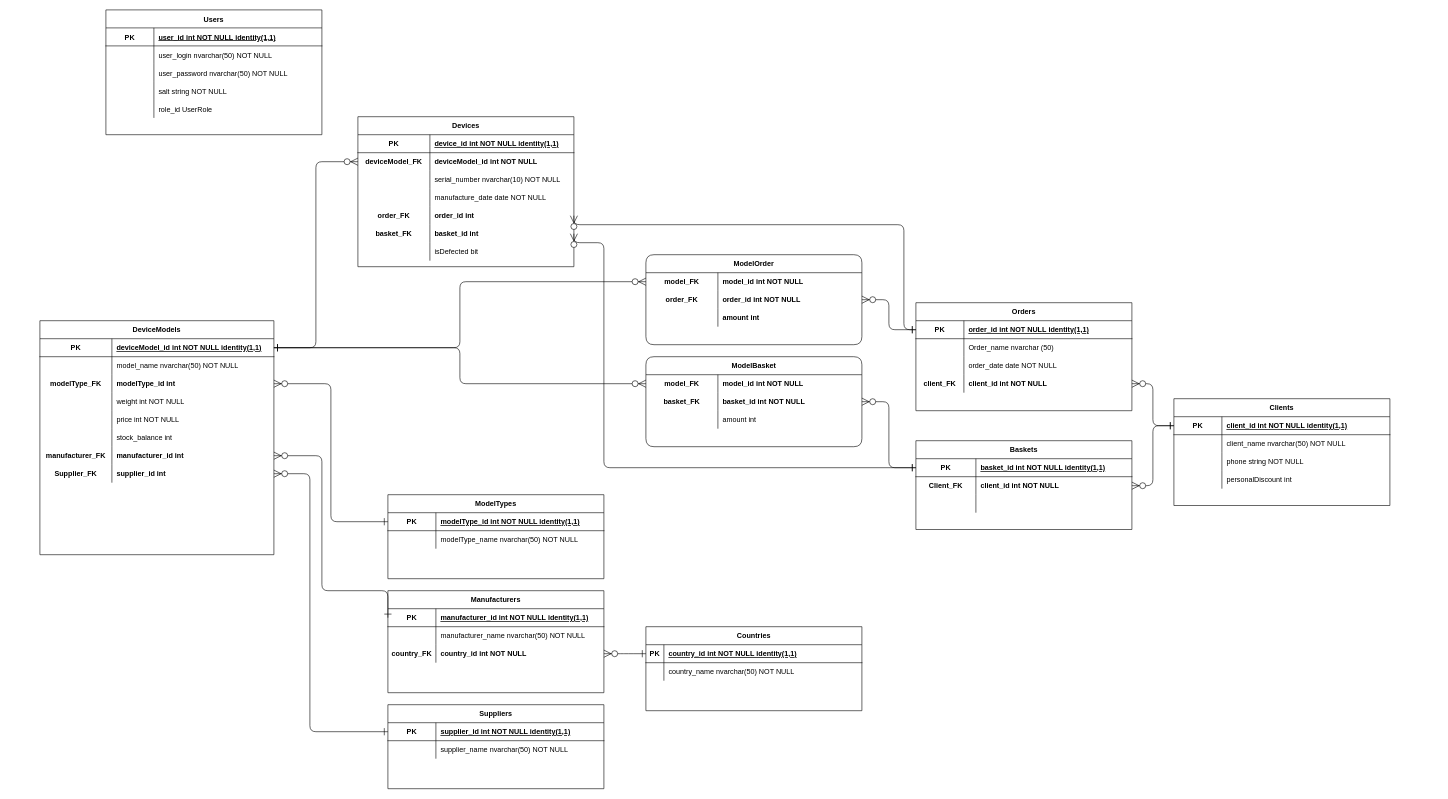
Earlier version of the draw.io diagram ElectricalDevices_v4.drawio (odivanov74/ElectricalDevices). Source tidied: cells renumbered, new cells numbered last; positions are measured from the earlier drawing's top-left corner, leaving out a move shared by most shapes. Both pictures are drawn from the tidied source at 60%, with x=0, y=0 at pixel (40, 10).
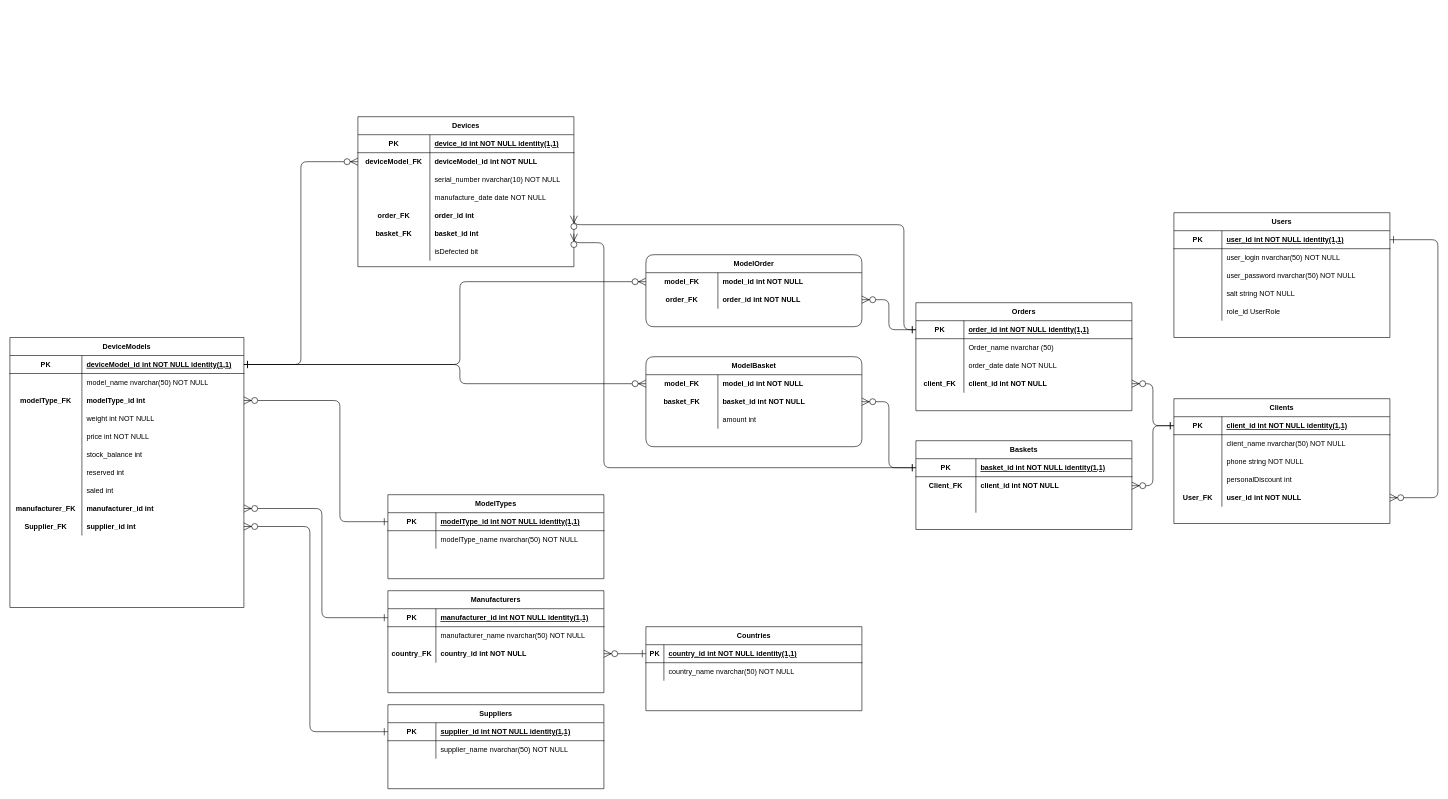
Above is the later version.

The change refers to these unchanged cells:
```xml
<mxCell id="16" style="shape=partialRectangle;fillColor=none;points=[[0,0.5],[1,0.5]];portConstraint=eastwest;top=0;left=0;right=0;bottom=1;" parent="15" vertex="1">
  <mxGeometry y="30" width="390" height="30" as="geometry" />
</mxCell>
<mxCell id="22" style="shape=partialRectangle;fillColor=none;points=[[0,0.5],[1,0.5]];portConstraint=eastwest;top=0;left=0;right=0;bottom=0;" parent="15" vertex="1">
  <mxGeometry y="90" width="390" height="30" as="geometry" />
</mxCell>
<mxCell id="41" style="shape=partialRectangle;fillColor=none;points=[[0,0.5],[1,0.5]];portConstraint=eastwest;top=0;left=0;right=0;bottom=1;" parent="40" vertex="1">
  <mxGeometry y="30" width="360" height="30" as="geometry" />
</mxCell>
<mxCell id="59" style="shape=partialRectangle;fillColor=none;points=[[0,0.5],[1,0.5]];portConstraint=eastwest;top=0;left=0;right=0;bottom=0;" parent="58" vertex="1">
  <mxGeometry y="30" width="360" height="30" as="geometry" />
</mxCell>
<mxCell id="71" style="shape=partialRectangle;fillColor=none;points=[[0,0.5],[1,0.5]];portConstraint=eastwest;top=0;left=0;right=0;bottom=1;" parent="70" vertex="1">
  <mxGeometry y="30" width="360" height="30" as="geometry" />
</mxCell>
<mxCell id="116" style="shape=partialRectangle;fillColor=none;points=[[0,0.5],[1,0.5]];portConstraint=eastwest;top=0;left=0;right=0;bottom=1;" parent="115" vertex="1">
  <mxGeometry y="30" width="360" height="30" as="geometry" />
</mxCell>
<mxCell id="135" style="shape=partialRectangle;fillColor=none;points=[[0,0.5],[1,0.5]];portConstraint=eastwest;top=0;left=0;right=0;bottom=1;" parent="134" vertex="1">
  <mxGeometry y="30" width="360" height="30" as="geometry" />
</mxCell>
<mxCell id="151" style="shape=partialRectangle;fillColor=none;points=[[0,0.5],[1,0.5]];portConstraint=eastwest;top=0;left=0;right=0;bottom=0;" parent="150" vertex="1">
  <mxGeometry y="30" width="360" height="30" as="geometry" />
</mxCell>
```

What changed in the source:
```diff
@@
     <mxCell id="15" value="DeviceModels" style="shape=table;startSize=30;childLayout=tableLayout;rowLines=0;fontStyle=1;align=center;" parent="1" vertex="1">
-      <mxGeometry y="518" width="390" height="390" as="geometry" />
+      <mxGeometry x="-50" y="546" width="390" height="450" as="geometry" />
     </mxCell>
@@
+    <mxCell id="165" style="shape=partialRectangle;fillColor=none;top=0;left=0;right=0;bottom=0;" parent="15" vertex="1">
+      <mxGeometry y="210" width="390" height="30" as="geometry" />
+    </mxCell>
+    <mxCell id="166" style="shape=partialRectangle;overflow=hidden;fillColor=none;top=0;left=0;bottom=0;right=0;" parent="165" vertex="1">
+      <mxGeometry width="120" height="30" as="geometry" />
+    </mxCell>
+    <mxCell id="167" value="reserved int" style="shape=partialRectangle;overflow=hidden;fillColor=none;top=0;left=0;bottom=0;right=0;align=left;spacingLeft=6;" parent="165" vertex="1">
+      <mxGeometry x="120" width="270" height="30" as="geometry" />
+    </mxCell>
+    <mxCell id="168" style="shape=partialRectangle;fillColor=none;top=0;left=0;right=0;bottom=0;" parent="15" vertex="1">
+      <mxGeometry y="240" width="390" height="30" as="geometry" />
+    </mxCell>
+    <mxCell id="169" style="shape=partialRectangle;overflow=hidden;fillColor=none;top=0;left=0;bottom=0;right=0;" parent="168" vertex="1">
+      <mxGeometry width="120" height="30" as="geometry" />
+    </mxCell>
+    <mxCell id="170" value="saled int" style="shape=partialRectangle;overflow=hidden;fillColor=none;top=0;left=0;bottom=0;right=0;align=left;spacingLeft=6;" parent="168" vertex="1">
+      <mxGeometry x="120" width="270" height="30" as="geometry" />
+    </mxCell>
     <mxCell id="34" style="shape=partialRectangle;fillColor=none;points=[[0,0.5],[1,0.5]];portConstraint=eastwest;top=0;left=0;right=0;bottom=0;" parent="15" vertex="1">
-      <mxGeometry y="210" width="390" height="30" as="geometry" />
+      <mxGeometry y="270" width="390" height="30" as="geometry" />
     </mxCell>
@@
     <mxCell id="37" style="shape=partialRectangle;fillColor=none;points=[[0,0.5],[1,0.5]];portConstraint=eastwest;top=0;left=0;right=0;bottom=0;" parent="15" vertex="1">
-      <mxGeometry y="240" width="390" height="30" as="geometry" />
+      <mxGeometry y="300" width="390" height="30" as="geometry" />
     </mxCell>
@@
     <mxCell id="58" value="ModelOrder" style="shape=table;startSize=30;childLayout=tableLayout;rowLines=0;fontStyle=1;align=center;rounded=1;" parent="1" vertex="1">
-      <mxGeometry x="1010" y="408" width="360" height="150" as="geometry" />
+      <mxGeometry x="1010" y="408" width="360" height="120" as="geometry" />
     </mxCell>
@@
-    <mxCell id="65" style="shape=partialRectangle;fillColor=none;top=0;left=0;right=0;bottom=0;" parent="58" vertex="1">
-      <mxGeometry y="90" width="360" height="30" as="geometry" />
-    </mxCell>
-    <mxCell id="66" style="shape=partialRectangle;overflow=hidden;fillColor=none;top=0;left=0;bottom=0;right=0;fontStyle=1;" parent="65" vertex="1">
-      <mxGeometry width="120" height="30" as="geometry" />
-    </mxCell>
-    <mxCell id="67" value="amount int" style="shape=partialRectangle;overflow=hidden;fillColor=none;top=0;left=0;bottom=0;right=0;align=left;spacingLeft=6;fontStyle=1;" parent="65" vertex="1">
-      <mxGeometry x="120" width="240" height="30" as="geometry" />
-    </mxCell>
     <mxCell id="68" style="edgeStyle=orthogonalEdgeStyle;endArrow=ERzeroToMany;startArrow=ERone;endFill=1;startFill=0;entryX=1;entryY=0.5;entryDx=0;entryDy=0;endSize=10;startSize=10;exitX=0;exitY=0.5;exitDx=0;exitDy=0;" parent="1" edge="1" source="41" target="34">
       <mxGeometry relative="1" as="geometry">
         <Array as="points">
-          <mxPoint x="470" y="968" />
-          <mxPoint x="470" y="743" />
+          <mxPoint x="470" y="1013" />
+          <mxPoint x="470" y="831" />
         </Array>
       </mxGeometry>
     </mxCell>
@@
     <mxCell id="77" style="edgeStyle=orthogonalEdgeStyle;endArrow=ERzeroToMany;startArrow=ERone;endFill=1;startFill=0;entryX=1;entryY=0.5;entryDx=0;entryDy=0;endSize=10;startSize=10;exitX=0;exitY=0.5;exitDx=0;exitDy=0;" parent="1" edge="1" source="71" target="37">
       <mxGeometry relative="1" as="geometry">
         <Array as="points">
           <mxPoint x="450" y="1203" />
-          <mxPoint x="450" y="773" />
+          <mxPoint x="450" y="861" />
         </Array>
       </mxGeometry>
     </mxCell>
@@
     <mxCell id="101" value="Clients" style="shape=table;startSize=30;childLayout=tableLayout;rowLines=0;fontStyle=1;align=center;" parent="1" vertex="1">
-      <mxGeometry x="1890" y="648" width="360" height="178" as="geometry" />
+      <mxGeometry x="1890" y="648" width="360" height="208" as="geometry" />
     </mxCell>
@@
+    <mxCell id="171" style="shape=partialRectangle;fillColor=none;points=[[0,0.5],[1,0.5]];portConstraint=eastwest;top=0;left=0;right=0;bottom=0;" parent="101" vertex="1">
+      <mxGeometry y="150" width="360" height="30" as="geometry" />
+    </mxCell>
+    <mxCell id="172" value="User_FK" style="shape=partialRectangle;overflow=hidden;fillColor=none;top=0;left=0;bottom=0;right=0;fontStyle=1;" parent="171" vertex="1">
+      <mxGeometry width="80" height="30" as="geometry" />
+    </mxCell>
+    <mxCell id="173" value="user_id int NOT NULL" style="shape=partialRectangle;overflow=hidden;fillColor=none;top=0;left=0;bottom=0;right=0;align=left;spacingLeft=6;fontStyle=1;" parent="171" vertex="1">
+      <mxGeometry x="80" width="280" height="30" as="geometry" />
+    </mxCell>
@@
     <mxCell id="122" style="edgeStyle=orthogonalEdgeStyle;endArrow=ERzeroToMany;startArrow=ERone;endFill=1;startFill=0;entryX=1;entryY=0.5;entryDx=0;entryDy=0;endSize=10;startSize=10;exitX=0;exitY=0.5;exitDx=0;exitDy=0;" parent="1" edge="1" source="116" target="22">
-      <mxGeometry relative="1" as="geometry" />
+      <mxGeometry relative="1" as="geometry">
+        <Array as="points">
+          <mxPoint x="500" y="853" />
+          <mxPoint x="500" y="651" />
+        </Array>
+      </mxGeometry>
     </mxCell>
     <mxCell id="123" style="edgeStyle=orthogonalEdgeStyle;endArrow=ERzeroToMany;startArrow=ERone;endFill=1;startFill=0;endSize=10;startSize=10;entryX=0;entryY=0.5;entryDx=0;entryDy=0;exitX=1;exitY=0.5;exitDx=0;exitDy=0;" parent="1" edge="1" source="16" target="59">
       <mxGeometry relative="1" as="geometry">
         <Array as="points">
-          <mxPoint x="700" y="563" />
+          <mxPoint x="700" y="591" />
           <mxPoint x="700" y="453" />
         </Array>
       </mxGeometry>
     </mxCell>
@@
     <mxCell id="134" value="Users" style="shape=table;startSize=30;childLayout=tableLayout;rowLines=0;fontStyle=1;align=center;" parent="1" vertex="1">
-      <mxGeometry x="110" width="360" height="208" as="geometry" />
+      <mxGeometry x="1890" y="338" width="360" height="208" as="geometry" />
     </mxCell>
@@
     <mxCell id="160" style="edgeStyle=orthogonalEdgeStyle;endArrow=ERzeroToMany;startArrow=ERone;endFill=1;startFill=0;endSize=10;startSize=10;entryX=0;entryY=0.5;entryDx=0;entryDy=0;exitX=1;exitY=0.5;exitDx=0;exitDy=0;" parent="1" edge="1" source="16" target="151">
-      <mxGeometry relative="1" as="geometry" />
+      <mxGeometry relative="1" as="geometry">
+        <Array as="points">
+          <mxPoint x="700" y="591" />
+          <mxPoint x="700" y="623" />
+        </Array>
+      </mxGeometry>
     </mxCell>
@@
+    <mxCell id="174" style="edgeStyle=orthogonalEdgeStyle;endArrow=ERzeroToMany;startArrow=ERone;endFill=1;startFill=0;exitX=1;exitY=0.5;exitDx=0;exitDy=0;endSize=10;startSize=10;entryX=1;entryY=0.5;entryDx=0;entryDy=0;" parent="1" edge="1" source="135" target="171">
+      <mxGeometry relative="1" as="geometry">
+        <Array as="points">
+          <mxPoint x="2330" y="383" />
+          <mxPoint x="2330" y="813" />
+        </Array>
+      </mxGeometry>
+    </mxCell>
```
